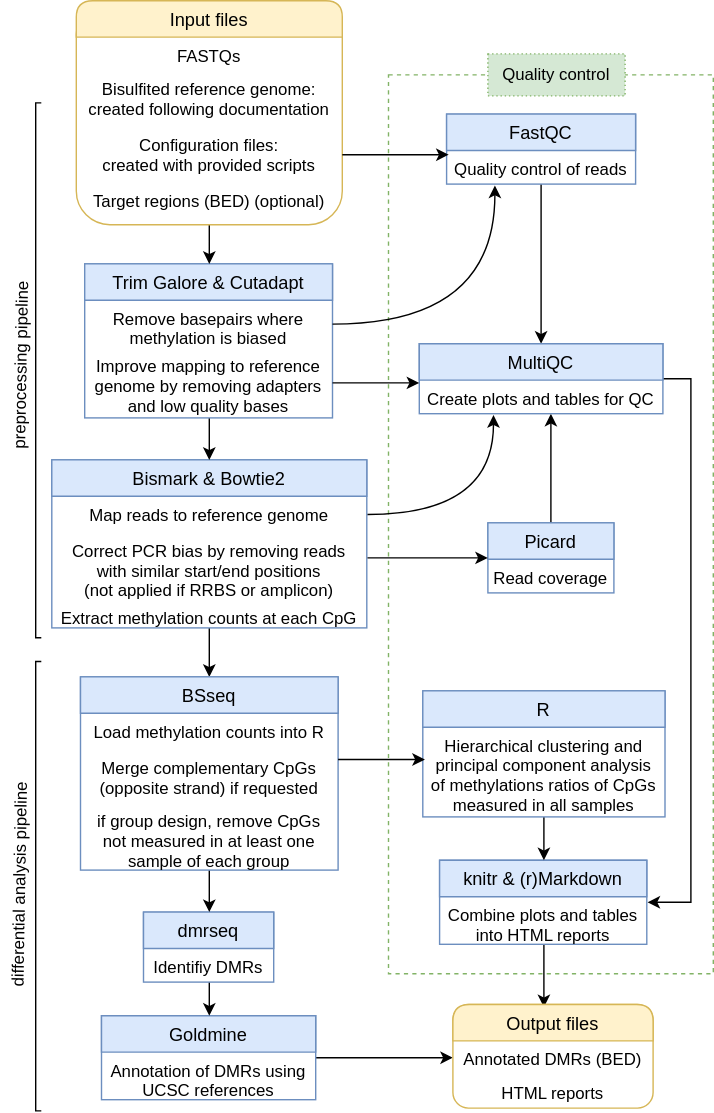
Before: flowchart.svg, a diagram exported from draw.io (xie186/Bistar). Source tidied: cells renumbered, new cells last; positions are measured from the earlier drawing's top-left corner, leaving out a move shared by most shapes.
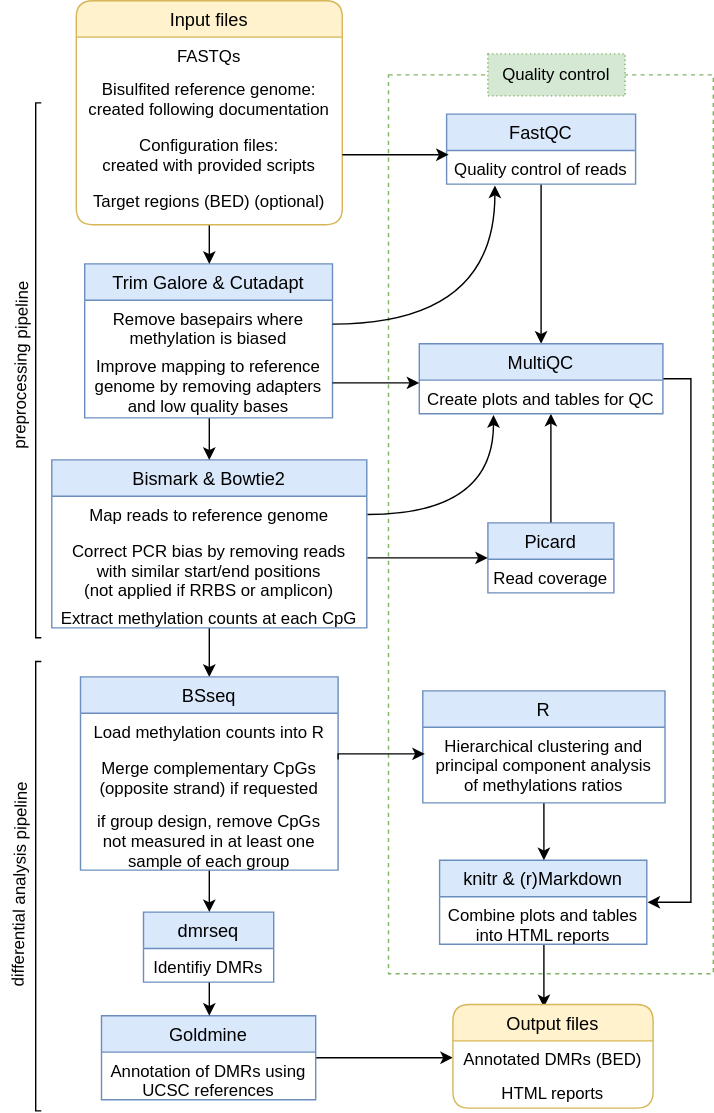
Later version of the same file.

The edit, as a diff of the source:
```diff
@@ -125,10 +125,10 @@
       <mxGeometry relative="1" as="geometry" />
     </mxCell>
     <mxCell id="41" value="R" style="swimlane;fontStyle=0;horizontal=1;startSize=26;fillColor=#dae8fc;swimlaneFillColor=#ffffff;fontFamily=Helvetica;fontSize=13;html=0;fontColor=#000000;strokeColor=#6c8ebf;align=center;" parent="1" vertex="1">
-      <mxGeometry x="363.5" y="493" width="173" height="90" as="geometry" />
+      <mxGeometry x="363.5" y="493" width="173" height="80" as="geometry" />
     </mxCell>
-    <mxCell id="42" value="Hierarchical clustering and&#10;principal component analysis&#10;of methylations ratios of CpGs&#10;measured in all samples" style="text;strokeColor=none;fillColor=none;align=center;verticalAlign=top;spacingLeft=4;spacingRight=4;overflow=hidden;points=[[0,0.5],[1,0.5]];portConstraint=eastwest;" parent="41" vertex="1">
-      <mxGeometry y="26" width="173" height="64" as="geometry" />
+    <mxCell id="42" value="Hierarchical clustering and&#10;principal component analysis&#10;of methylations ratios" style="text;strokeColor=none;fillColor=none;align=center;verticalAlign=top;spacingLeft=4;spacingRight=4;overflow=hidden;points=[[0,0.5],[1,0.5]];portConstraint=eastwest;" parent="41" vertex="1">
+      <mxGeometry y="26" width="173" height="54" as="geometry" />
     </mxCell>
     <mxCell id="43" style="edgeStyle=orthogonalEdgeStyle;entryX=0.5;entryY=0;jettySize=auto;curved=1;" parent="1" edge="1" source="44" target="35">
       <mxGeometry relative="1" as="geometry" />
@@ -160,7 +160,7 @@
       <mxGeometry relative="1" as="geometry">
         <mxPoint x="303" y="542" as="sourcePoint" />
         <Array as="points">
-          <mxPoint x="303" y="542" />
+          <mxPoint x="303" y="538" />
         </Array>
       </mxGeometry>
     </mxCell>
```
